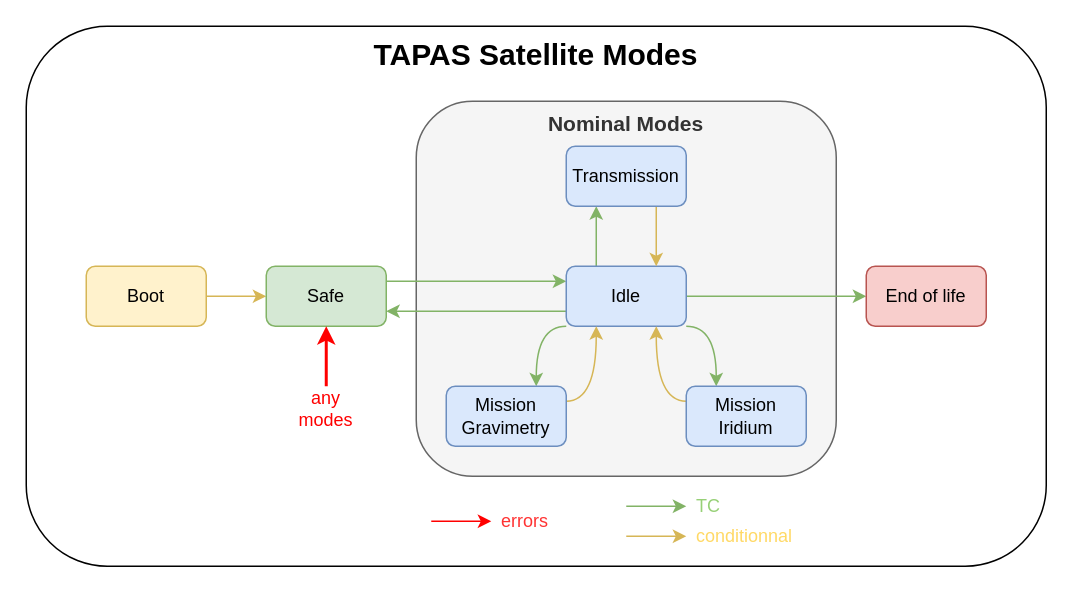
Above: doc/images/Satellite_Modes_Graph.drawio in TOLOSAT/flight-software (draw.io), before the change. Source tidied: cells renumbered, new cells numbered last; positions are measured from the earlier drawing's top-left corner, leaving out a move shared by most shapes. Both pictures are drawn from the tidied source at 150%, with x=0, y=0 at pixel (26, 26).
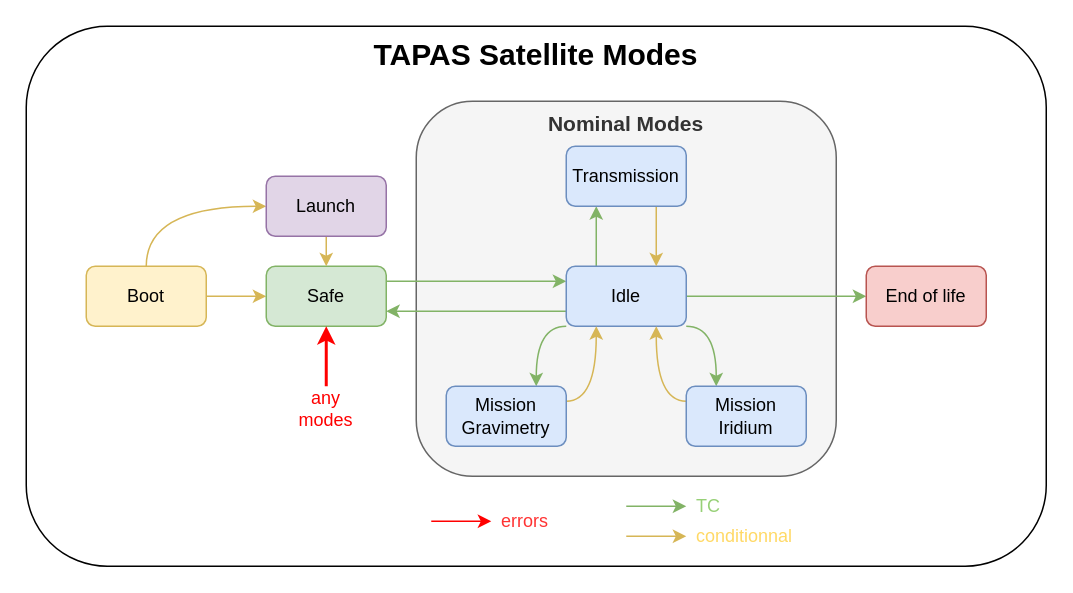
The same diagram, later.

Unchanged cells that the change refers to:
```xml
<mxCell id="5" value="Boot" style="rounded=1;whiteSpace=wrap;html=1;fillColor=#fff2cc;strokeColor=#d6b656;" parent="1" vertex="1">
  <mxGeometry x="40" y="160" width="80" height="40" as="geometry" />
</mxCell>
<mxCell id="7" value="Safe" style="rounded=1;whiteSpace=wrap;html=1;fillColor=#d5e8d4;strokeColor=#82b366;" parent="1" vertex="1">
  <mxGeometry x="160" y="160" width="80" height="40" as="geometry" />
</mxCell>
```

Change to the diagram source:
```diff
@@
+    <mxCell id="29" style="edgeStyle=orthogonalEdgeStyle;jettySize=auto;html=1;exitX=0.5;exitY=0;exitDx=0;exitDy=0;entryX=0;entryY=0.5;entryDx=0;entryDy=0;fillColor=#fff2cc;strokeColor=#d6b656;curved=1;" parent="1" edge="1" source="5" target="31">
+      <mxGeometry relative="1" as="geometry">
+        <Array as="points">
+          <mxPoint x="80" y="120" />
+        </Array>
+      </mxGeometry>
+    </mxCell>
@@
+    <mxCell id="30" style="edgeStyle=orthogonalEdgeStyle;rounded=0;jettySize=auto;html=1;exitX=0.5;exitY=1;exitDx=0;exitDy=0;entryX=0.5;entryY=0;entryDx=0;entryDy=0;fillColor=#fff2cc;strokeColor=#d6b656;" parent="1" edge="1" source="31" target="7">
+      <mxGeometry relative="1" as="geometry" />
+    </mxCell>
+    <mxCell id="31" value="Launch" style="rounded=1;whiteSpace=wrap;html=1;fillColor=#e1d5e7;strokeColor=#9673a6;" parent="1" vertex="1">
+      <mxGeometry x="160" y="100" width="80" height="40" as="geometry" />
+    </mxCell>
```
